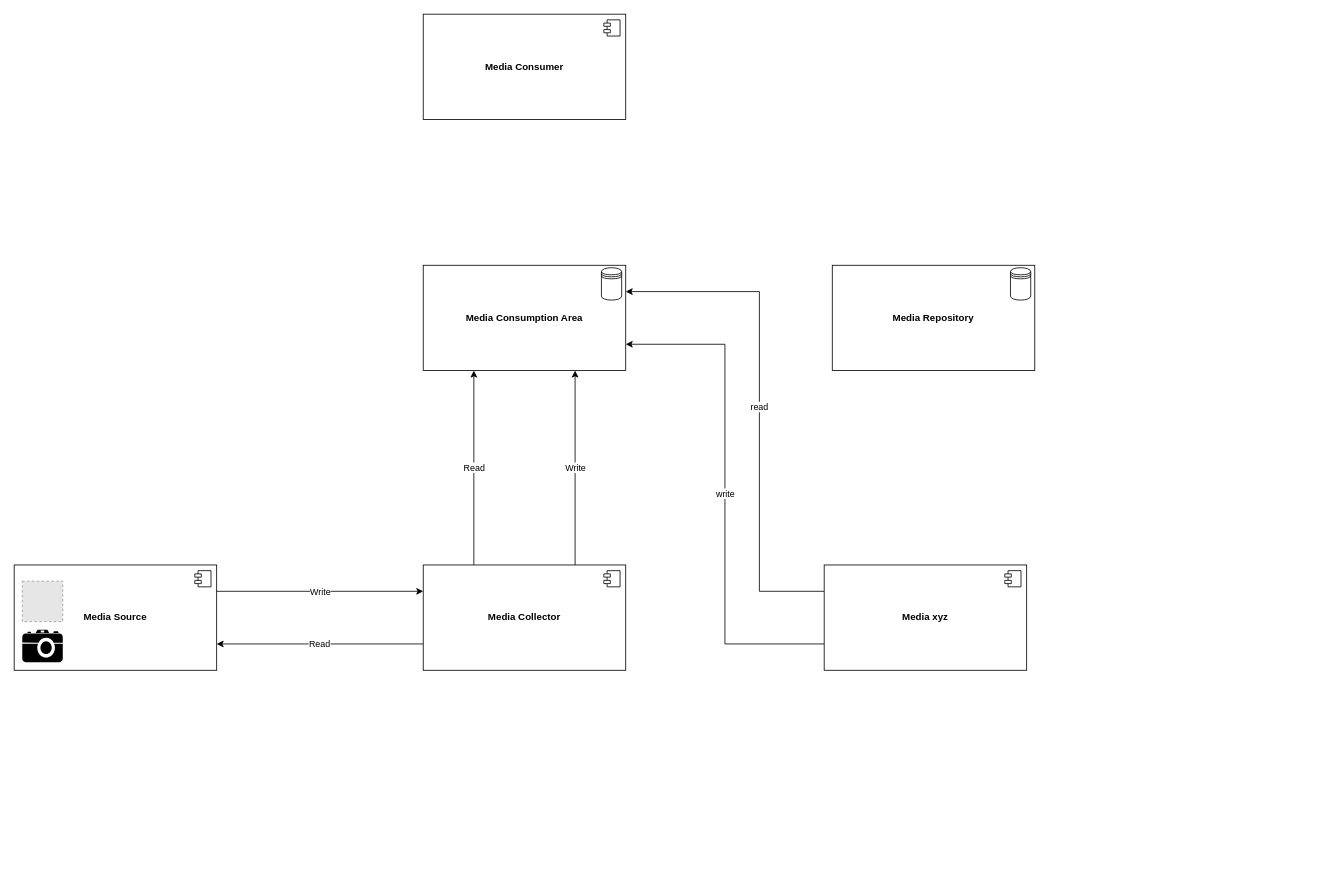
This is docs/Untitled Diagram.drawio from stevenengland/photogrepo, a draw.io file, before an edit. Source tidied: cells renumbered, new cells numbered last; positions are measured from the earlier drawing's top-left corner, leaving out a move shared by most shapes. Both pictures are drawn from the tidied source at 81%, with x=0, y=0 at pixel (14, 14). Pictures stored in the file or linked from it are replaced by grey dashed boxes.
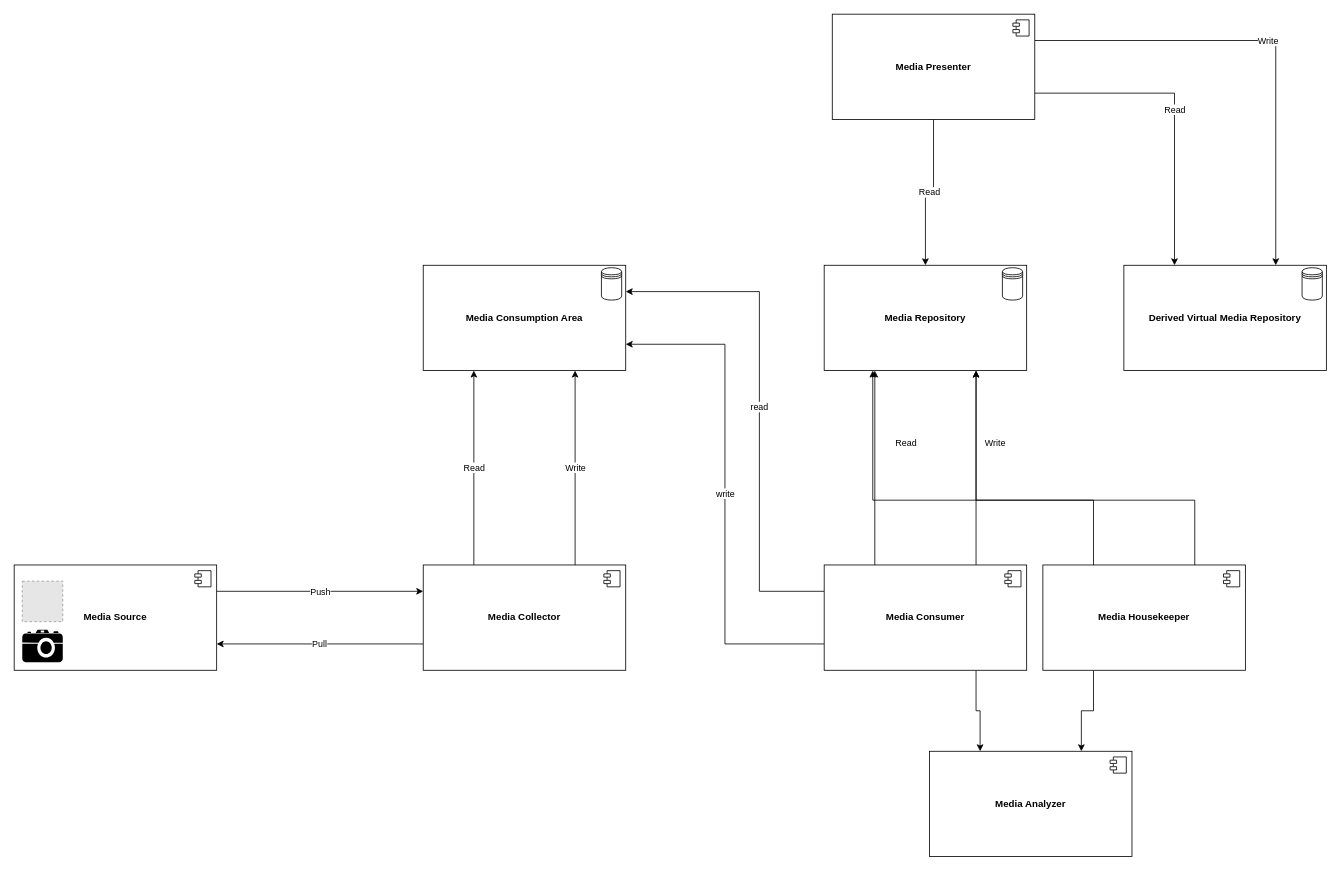
Above is the later version.

The change refers to these unchanged cells:
```xml
<mxCell id="5" value="&lt;b&gt;Media Collector&lt;br&gt;&lt;/b&gt;" style="html=1;whiteSpace=wrap;" parent="1" vertex="1">
  <mxGeometry x="505" y="680" width="250" height="130" as="geometry" />
</mxCell>
<mxCell id="10" value="&lt;b&gt;Media Source&lt;br&gt;&lt;/b&gt;" style="html=1;whiteSpace=wrap;" parent="9" vertex="1">
  <mxGeometry width="250" height="130" as="geometry" />
</mxCell>
<mxCell id="20" value="&lt;b&gt;Media Repository&lt;br&gt;&lt;/b&gt;" style="html=1;whiteSpace=wrap;" parent="19" vertex="1">
  <mxGeometry width="250" height="130" as="geometry" />
</mxCell>
```

Diff of the diagram source:
```diff
@@
-    <mxCell id="3" value="Read" style="edgeStyle=orthogonalEdgeStyle;rounded=0;jettySize=auto;html=1;exitX=0;exitY=0.75;exitDx=0;exitDy=0;entryX=1;entryY=0.75;entryDx=0;entryDy=0;" parent="1" edge="1" source="5" target="10">
+    <mxCell id="3" value="Pull" style="edgeStyle=orthogonalEdgeStyle;rounded=0;jettySize=auto;html=1;exitX=0;exitY=0.75;exitDx=0;exitDy=0;entryX=1;entryY=0.75;entryDx=0;entryDy=0;" parent="1" edge="1" source="5" target="10">
       <mxGeometry relative="1" as="geometry" />
     </mxCell>
@@
+    <mxCell id="27" value="Read" style="edgeStyle=orthogonalEdgeStyle;rounded=0;jettySize=auto;html=1;entryX=0.5;entryY=0;entryDx=0;entryDy=0;" parent="1" edge="1" source="7" target="20">
+      <mxGeometry relative="1" as="geometry" />
+    </mxCell>
+    <mxCell id="28" value="Read" style="edgeStyle=orthogonalEdgeStyle;rounded=0;jettySize=auto;html=1;entryX=0.25;entryY=0;entryDx=0;entryDy=0;exitX=1;exitY=0.75;exitDx=0;exitDy=0;" parent="1" edge="1" source="7" target="34">
+      <mxGeometry relative="1" as="geometry" />
+    </mxCell>
+    <mxCell id="29" value="Write" style="edgeStyle=orthogonalEdgeStyle;rounded=0;jettySize=auto;html=1;exitX=1;exitY=0.25;exitDx=0;exitDy=0;entryX=0.75;entryY=0;entryDx=0;entryDy=0;" parent="1" edge="1" source="7" target="34">
+      <mxGeometry relative="1" as="geometry" />
+    </mxCell>
-    <mxCell id="7" value="&lt;b&gt;Media Consumer&lt;br&gt;&lt;/b&gt;" style="html=1;whiteSpace=wrap;" parent="1" vertex="1">
-      <mxGeometry x="505" width="250" height="130" as="geometry" />
+    <mxCell id="7" value="&lt;b&gt;Media Presenter&lt;br&gt;&lt;/b&gt;" style="html=1;whiteSpace=wrap;" parent="1" vertex="1">
+      <mxGeometry x="1010" width="250" height="130" as="geometry" />
     </mxCell>
@@
-    <mxCell id="14" value="&lt;div&gt;Write&lt;/div&gt;" style="edgeStyle=orthogonalEdgeStyle;rounded=0;jettySize=auto;html=1;exitX=1;exitY=0.25;exitDx=0;exitDy=0;entryX=0;entryY=0.25;entryDx=0;entryDy=0;" parent="1" edge="1" source="10" target="5">
+    <mxCell id="14" value="Push" style="edgeStyle=orthogonalEdgeStyle;rounded=0;jettySize=auto;html=1;exitX=1;exitY=0.25;exitDx=0;exitDy=0;entryX=0;entryY=0.25;entryDx=0;entryDy=0;" parent="1" edge="1" source="10" target="5">
       <mxGeometry relative="1" as="geometry" />
     </mxCell>
@@
     <mxCell id="19" style="group;" parent="1" vertex="1">
-      <mxGeometry x="1010" y="310" width="250" height="130" as="geometry" />
+      <mxGeometry x="1000" y="310" width="250" height="130" as="geometry" />
     </mxCell>
@@
+    <mxCell id="30" value="Read" style="edgeStyle=orthogonalEdgeStyle;rounded=0;jettySize=auto;html=1;exitX=0.25;exitY=0;exitDx=0;exitDy=0;entryX=0.25;entryY=1;entryDx=0;entryDy=0;" parent="1" edge="1" source="25" target="20">
+      <mxGeometry x="0.25" y="-37" relative="1" as="geometry">
+        <mxPoint x="1" as="offset" />
+      </mxGeometry>
+    </mxCell>
+    <mxCell id="31" value="Write" style="edgeStyle=orthogonalEdgeStyle;rounded=0;jettySize=auto;html=1;exitX=0.75;exitY=0;exitDx=0;exitDy=0;entryX=0.75;entryY=1;entryDx=0;entryDy=0;" parent="1" edge="1" source="25" target="20">
+      <mxGeometry x="0.25" y="-22" relative="1" as="geometry">
+        <mxPoint x="1" as="offset" />
+      </mxGeometry>
+    </mxCell>
+    <mxCell id="32" style="edgeStyle=orthogonalEdgeStyle;rounded=0;jettySize=auto;html=1;exitX=0.75;exitY=1;exitDx=0;exitDy=0;entryX=0.25;entryY=0;entryDx=0;entryDy=0;" parent="1" edge="1" source="25" target="42">
+      <mxGeometry relative="1" as="geometry" />
+    </mxCell>
-    <mxCell id="25" value="&lt;b&gt;Media xyz&lt;br&gt;&lt;/b&gt;" style="html=1;whiteSpace=wrap;" parent="1" vertex="1">
+    <mxCell id="25" value="&lt;b&gt;Media Consumer&lt;br&gt;&lt;/b&gt;" style="html=1;whiteSpace=wrap;" parent="1" vertex="1">
       <mxGeometry x="1000" y="680" width="250" height="130" as="geometry" />
     </mxCell>
@@
+    <mxCell id="33" style="group;" parent="1" vertex="1">
+      <mxGeometry x="1370" y="310" width="250" height="130" as="geometry" />
+    </mxCell>
+    <mxCell id="34" value="&lt;b&gt;Derived Virtual Media Repository&lt;br&gt;&lt;/b&gt;" style="html=1;whiteSpace=wrap;" parent="33" vertex="1">
+      <mxGeometry width="250" height="130" as="geometry" />
+    </mxCell>
+    <mxCell id="35" style="shape=module;jettyWidth=8;jettyHeight=4;" parent="34" vertex="1">
+      <mxGeometry x="1" width="20" height="20" relative="1" as="geometry">
+        <mxPoint x="-27" y="7" as="offset" />
+      </mxGeometry>
+    </mxCell>
+    <mxCell id="36" style="shape=datastore;whiteSpace=wrap;html=1;" parent="33" vertex="1">
+      <mxGeometry x="220" y="3" width="25" height="40" as="geometry" />
+    </mxCell>
+    <mxCell id="37" style="edgeStyle=orthogonalEdgeStyle;rounded=0;jettySize=auto;html=1;exitX=0.25;exitY=1;exitDx=0;exitDy=0;entryX=0.75;entryY=0;entryDx=0;entryDy=0;" parent="1" edge="1" source="40" target="42">
+      <mxGeometry relative="1" as="geometry" />
+    </mxCell>
+    <mxCell id="38" style="edgeStyle=orthogonalEdgeStyle;rounded=0;jettySize=auto;html=1;exitX=0.25;exitY=0;exitDx=0;exitDy=0;" parent="1" edge="1" source="40">
+      <mxGeometry relative="1" as="geometry">
+        <mxPoint x="1060" y="440" as="targetPoint" />
+        <Array as="points">
+          <mxPoint x="1333" y="600" />
+          <mxPoint x="1060" y="600" />
+        </Array>
+      </mxGeometry>
+    </mxCell>
+    <mxCell id="39" style="edgeStyle=orthogonalEdgeStyle;rounded=0;jettySize=auto;html=1;exitX=0.75;exitY=0;exitDx=0;exitDy=0;entryX=0.75;entryY=1;entryDx=0;entryDy=0;" parent="1" edge="1" source="40" target="20">
+      <mxGeometry relative="1" as="geometry">
+        <Array as="points">
+          <mxPoint x="1458" y="600" />
+          <mxPoint x="1188" y="600" />
+        </Array>
+      </mxGeometry>
+    </mxCell>
+    <mxCell id="40" value="&lt;b&gt;Media Housekeeper&lt;br&gt;&lt;/b&gt;" style="html=1;whiteSpace=wrap;" parent="1" vertex="1">
+      <mxGeometry x="1270" y="680" width="250" height="130" as="geometry" />
+    </mxCell>
+    <mxCell id="41" style="shape=module;jettyWidth=8;jettyHeight=4;" parent="40" vertex="1">
+      <mxGeometry x="1" width="20" height="20" relative="1" as="geometry">
+        <mxPoint x="-27" y="7" as="offset" />
+      </mxGeometry>
+    </mxCell>
+    <mxCell id="42" value="&lt;b&gt;Media Analyzer&lt;br&gt;&lt;/b&gt;" style="html=1;whiteSpace=wrap;" parent="1" vertex="1">
+      <mxGeometry x="1130" y="910" width="250" height="130" as="geometry" />
+    </mxCell>
+    <mxCell id="43" style="shape=module;jettyWidth=8;jettyHeight=4;" parent="42" vertex="1">
+      <mxGeometry x="1" width="20" height="20" relative="1" as="geometry">
+        <mxPoint x="-27" y="7" as="offset" />
+      </mxGeometry>
+    </mxCell>
```
